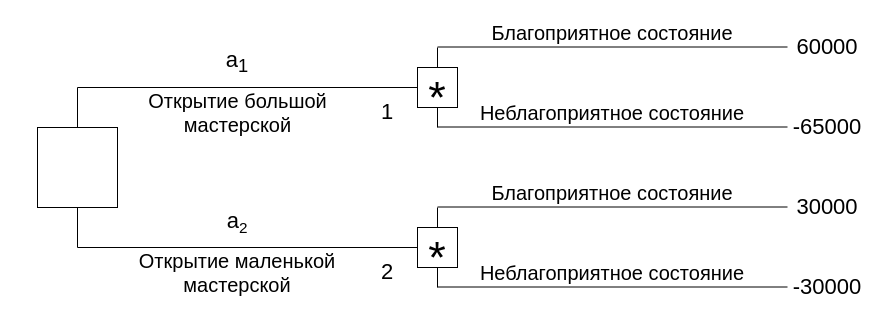
The draw.io diagram Lab3 Zad1.drawio in dibovdmitry/Project, before the edit. Source tidied: cells renumbered, new cells numbered last; positions are measured from the earlier drawing's top-left corner, leaving out a move shared by most shapes. Both pictures are drawn from the tidied source at 100%, with x=0, y=0 at pixel (37, 17).
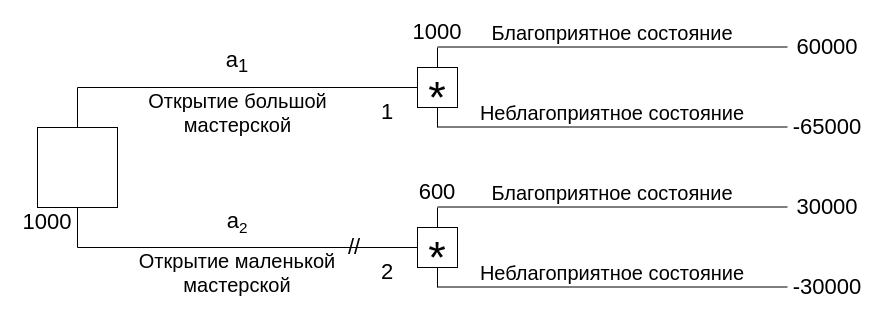
The same page after the edit.

The edit, as a diff of the source:
```diff
@@
+    <mxCell id="33" value="1000" style="text;html=1;strokeColor=none;fillColor=none;align=center;verticalAlign=middle;whiteSpace=wrap;rounded=0;fontSize=22;" parent="1" vertex="1">
+      <mxGeometry x="-20" y="190" width="60" height="30" as="geometry" />
+    </mxCell>
+    <mxCell id="34" value="1000" style="text;html=1;strokeColor=none;fillColor=none;align=center;verticalAlign=middle;whiteSpace=wrap;rounded=0;fontSize=22;" parent="1" vertex="1">
+      <mxGeometry x="370" width="60" height="30" as="geometry" />
+    </mxCell>
+    <mxCell id="35" value="600" style="text;html=1;strokeColor=none;fillColor=none;align=center;verticalAlign=middle;whiteSpace=wrap;rounded=0;fontSize=22;" parent="1" vertex="1">
+      <mxGeometry x="370" y="160" width="60" height="30" as="geometry" />
+    </mxCell>
+    <mxCell id="36" value="//" style="text;html=1;strokeColor=none;fillColor=none;align=center;verticalAlign=middle;whiteSpace=wrap;rounded=0;fontSize=22;" parent="1" vertex="1">
+      <mxGeometry x="286.5" y="215" width="60" height="30" as="geometry" />
+    </mxCell>
```
